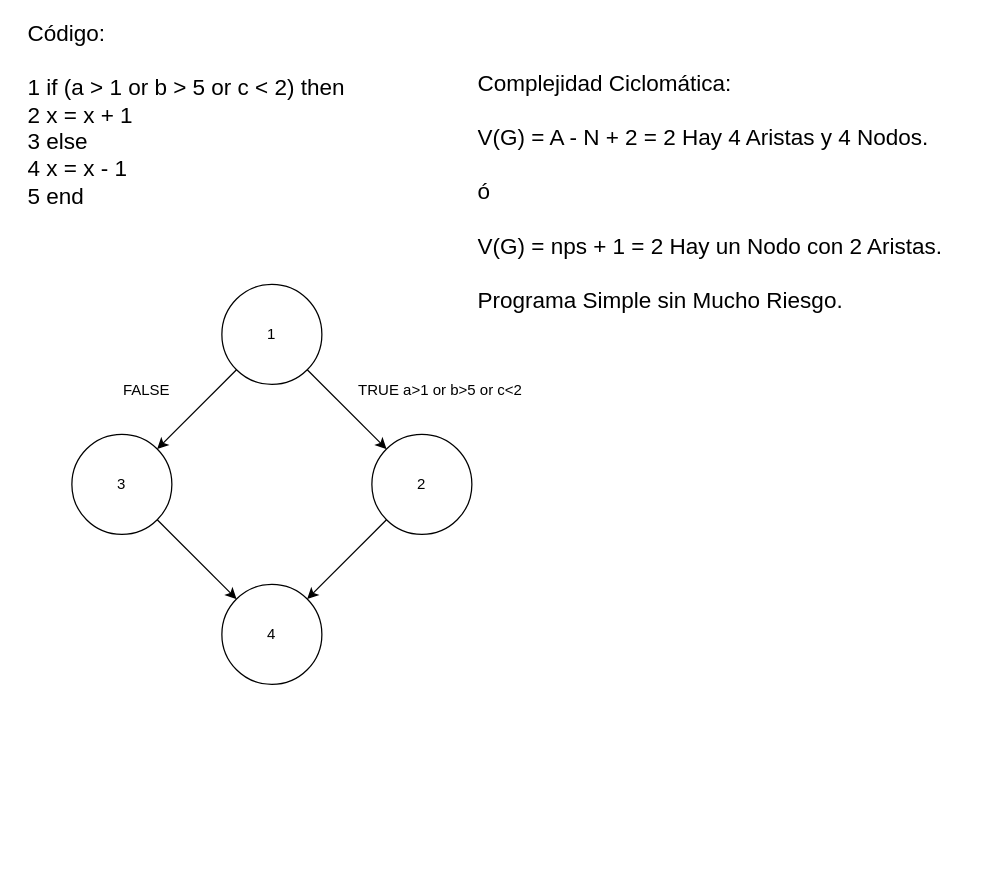
matelat-daw/DAW-2--Trimestre keeps this draw.io diagram as Entornos de Desarrollo/Pruebas de Caja Blanca/Entrega/Ejercicio-2-Entrega.drawio. Above is the earlier version. Source tidied: cells renumbered, new cells numbered last; positions are measured from the earlier drawing's top-left corner, leaving out a move shared by most shapes. Both pictures are drawn from the tidied source at 125%, with x=0, y=0 at pixel (21, 34).
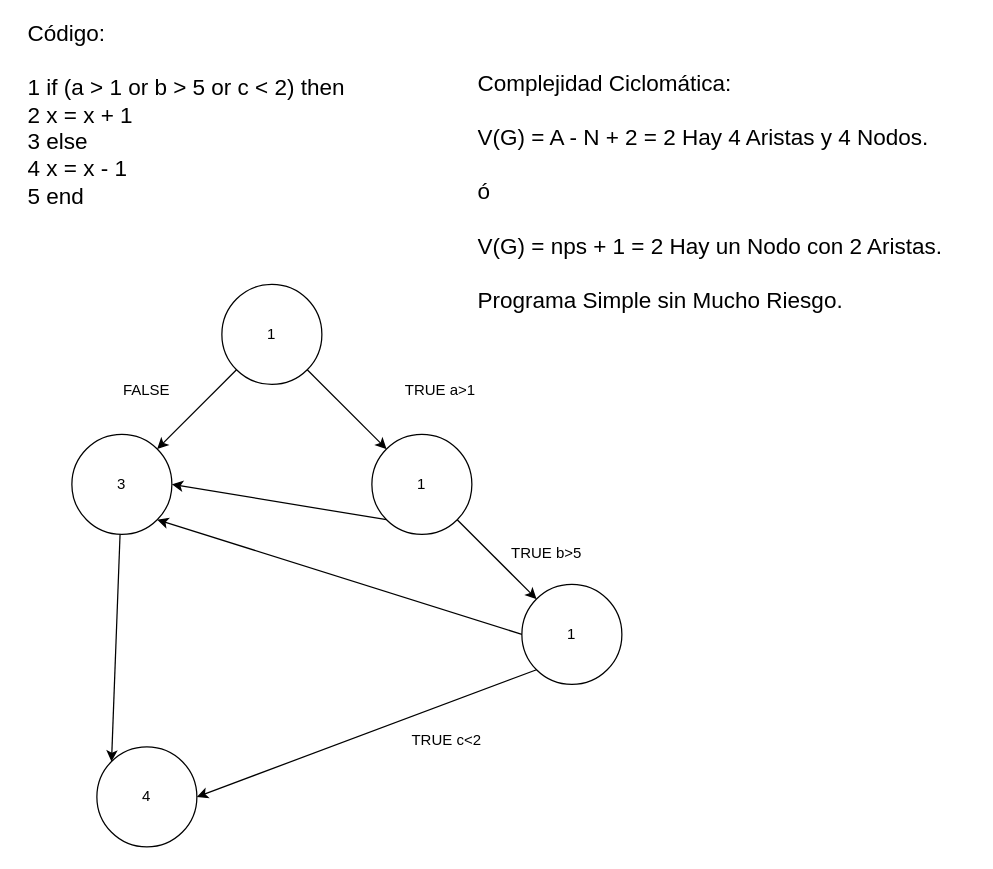
Above is the later version.

Unchanged cells that the change refers to:
```xml
<mxCell id="5" style="ellipse;whiteSpace=wrap;html=1;" parent="1" vertex="1">
  <mxGeometry x="280" y="320" width="80" height="80" as="geometry" />
</mxCell>
<mxCell id="6" style="ellipse;whiteSpace=wrap;html=1;" parent="1" vertex="1">
  <mxGeometry x="40" y="320" width="80" height="80" as="geometry" />
</mxCell>
```

Change to the diagram source:
```diff
@@
     <mxCell id="7" style="ellipse;whiteSpace=wrap;html=1;" parent="1" vertex="1">
-      <mxGeometry x="160" y="440" width="80" height="80" as="geometry" />
+      <mxGeometry x="60" y="570" width="80" height="80" as="geometry" />
     </mxCell>
-    <mxCell id="8" value="2" style="text;html=1;align=center;verticalAlign=middle;whiteSpace=wrap;rounded=0;" parent="1" vertex="1">
+    <mxCell id="8" value="1" style="text;html=1;align=center;verticalAlign=middle;whiteSpace=wrap;rounded=0;" parent="1" vertex="1">
       <mxGeometry x="290" y="345" width="60" height="30" as="geometry" />
     </mxCell>
@@
     <mxCell id="10" value="4" style="text;html=1;align=center;verticalAlign=middle;whiteSpace=wrap;rounded=0;" parent="1" vertex="1">
-      <mxGeometry x="170" y="465" width="60" height="30" as="geometry" />
+      <mxGeometry x="70" y="595" width="60" height="30" as="geometry" />
     </mxCell>
@@
-    <mxCell id="13" style="endArrow=classic;html=1;rounded=0;entryX=1;entryY=0;entryDx=0;entryDy=0;exitX=0;exitY=1;exitDx=0;exitDy=0;" parent="1" edge="1" source="5" target="7">
+    <mxCell id="13" style="endArrow=classic;html=1;rounded=0;entryX=1;entryY=0.5;entryDx=0;entryDy=0;exitX=0;exitY=1;exitDx=0;exitDy=0;" parent="1" edge="1" source="5" target="6">
       <mxGeometry relative="1" as="geometry" />
     </mxCell>
@@
-    <mxCell id="16" value="TRUE a&amp;gt;1 or b&amp;gt;5 or c&amp;lt;2" style="text;html=1;align=center;verticalAlign=middle;whiteSpace=wrap;rounded=0;" parent="1" vertex="1">
+    <mxCell id="16" value="TRUE a&amp;gt;1" style="text;html=1;align=center;verticalAlign=middle;whiteSpace=wrap;rounded=0;" parent="1" vertex="1">
       <mxGeometry x="260" y="270" width="150" height="30" as="geometry" />
     </mxCell>
@@
+    <mxCell id="18" style="ellipse;whiteSpace=wrap;html=1;" parent="1" vertex="1">
+      <mxGeometry x="400" y="440" width="80" height="80" as="geometry" />
+    </mxCell>
+    <mxCell id="19" style="endArrow=classic;html=1;rounded=0;exitX=1;exitY=1;exitDx=0;exitDy=0;entryX=0;entryY=0;entryDx=0;entryDy=0;" parent="1" edge="1" source="5" target="18">
+      <mxGeometry relative="1" as="geometry" />
+    </mxCell>
+    <mxCell id="20" value="TRUE b&amp;gt;5" style="text;html=1;align=center;verticalAlign=middle;whiteSpace=wrap;rounded=0;" parent="1" vertex="1">
+      <mxGeometry x="390" y="400" width="60" height="30" as="geometry" />
+    </mxCell>
+    <mxCell id="21" style="endArrow=classic;html=1;rounded=0;entryX=1;entryY=1;entryDx=0;entryDy=0;exitX=0;exitY=0.5;exitDx=0;exitDy=0;" parent="1" edge="1" source="18" target="6">
+      <mxGeometry relative="1" as="geometry" />
+    </mxCell>
+    <mxCell id="22" value="1" style="text;html=1;align=center;verticalAlign=middle;whiteSpace=wrap;rounded=0;" parent="1" vertex="1">
+      <mxGeometry x="410" y="465" width="60" height="30" as="geometry" />
+    </mxCell>
+    <mxCell id="23" style="endArrow=classic;html=1;rounded=0;entryX=1;entryY=0.5;entryDx=0;entryDy=0;exitX=0;exitY=1;exitDx=0;exitDy=0;" parent="1" edge="1" source="18" target="7">
+      <mxGeometry relative="1" as="geometry" />
+    </mxCell>
+    <mxCell id="24" value="TRUE c&amp;lt;2" style="text;html=1;align=center;verticalAlign=middle;whiteSpace=wrap;rounded=0;" parent="1" vertex="1">
+      <mxGeometry x="310" y="550" width="60" height="30" as="geometry" />
+    </mxCell>
```
